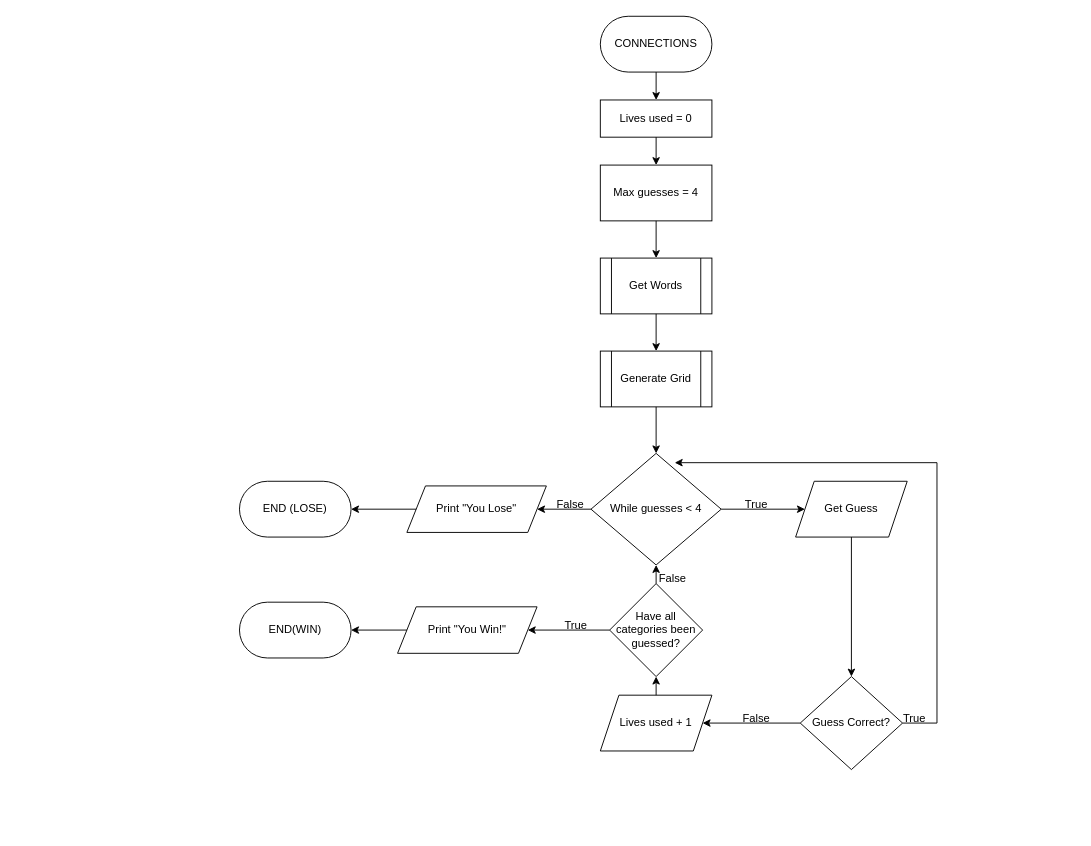
Earlier version of the draw.io diagram flowchart1.drawio (theycallmecooper/Assessment-Connections). Source tidied: cells renumbered, new cells numbered last; positions are measured from the earlier drawing's top-left corner, leaving out a move shared by most shapes. Both pictures are drawn from the tidied source at 93%, with x=0, y=0 at pixel (239, 16).
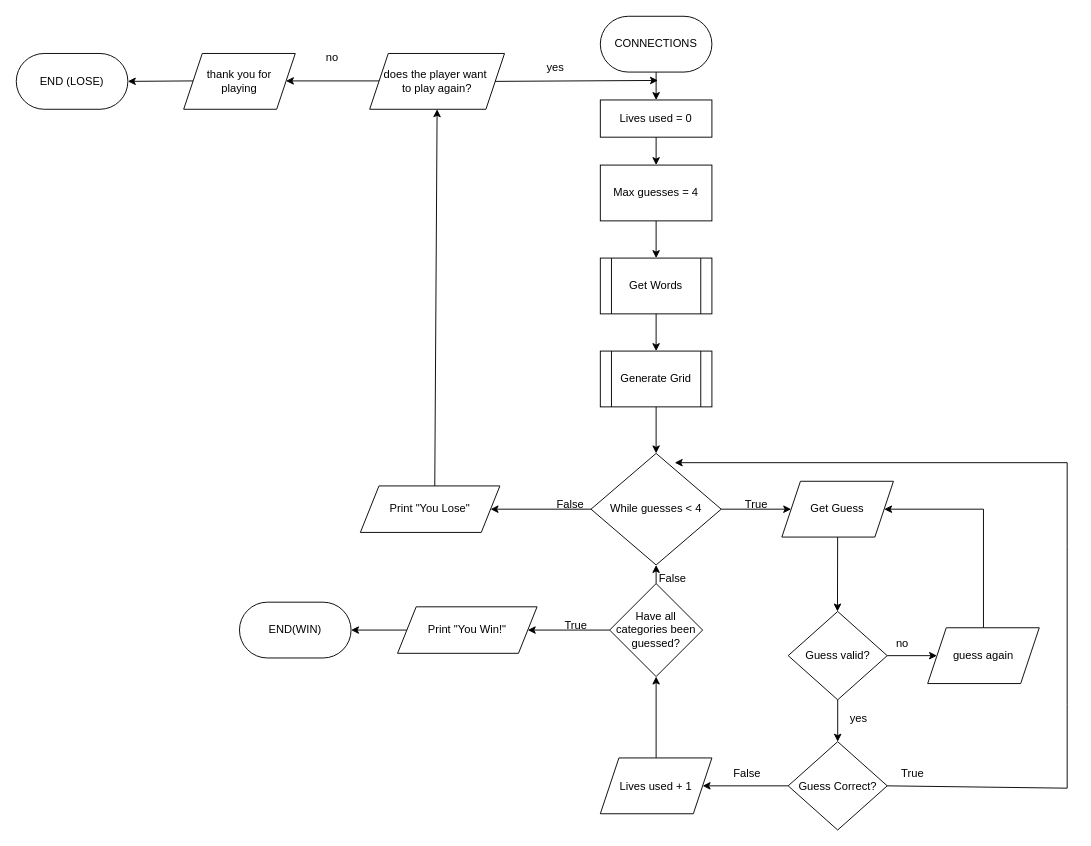
Above is the later version.

The change refers to these unchanged cells:
```xml
<mxCell id="7" value="While guesses &amp;lt; 4" style="rhombus;whiteSpace=wrap;html=1;" parent="1" vertex="1">
  <mxGeometry x="378" y="470" width="140" height="120" as="geometry" />
</mxCell>
```

The edit, as a diff of the source:
```diff
@@
     <mxCell id="8" value="Get Guess" style="shape=parallelogram;perimeter=parallelogramPerimeter;whiteSpace=wrap;html=1;fixedSize=1;" parent="1" vertex="1">
-      <mxGeometry x="598" y="500" width="120" height="60" as="geometry" />
+      <mxGeometry x="583.2" y="500" width="120" height="60" as="geometry" />
     </mxCell>
     <mxCell id="9" value="Guess Correct?" style="rhombus;whiteSpace=wrap;html=1;" parent="1" vertex="1">
-      <mxGeometry x="603" y="710" width="110" height="100" as="geometry" />
+      <mxGeometry x="590" y="780" width="106.5" height="95" as="geometry" />
     </mxCell>
-    <mxCell id="10" style="endArrow=classic;html=1;rounded=0;exitX=0.5;exitY=1;exitDx=0;exitDy=0;entryX=0.5;entryY=0;entryDx=0;entryDy=0;" parent="1" edge="1" source="8">
+    <mxCell id="10" style="endArrow=classic;html=1;rounded=0;exitX=0.5;exitY=1;exitDx=0;exitDy=0;" parent="1" edge="1" source="8">
       <mxGeometry relative="1" as="geometry">
-        <mxPoint x="658" y="710" as="targetPoint" />
+        <mxPoint x="643" y="640" as="targetPoint" />
       </mxGeometry>
     </mxCell>
     <mxCell id="11" value="Lives used + 1" style="shape=parallelogram;perimeter=parallelogramPerimeter;whiteSpace=wrap;html=1;fixedSize=1;" parent="1" vertex="1">
-      <mxGeometry x="388" y="730" width="120" height="60" as="geometry" />
+      <mxGeometry x="388" y="797.5" width="120" height="60" as="geometry" />
     </mxCell>
-    <mxCell id="12" style="endArrow=classic;html=1;rounded=0;exitX=0;exitY=0.5;exitDx=0;exitDy=0;entryX=1;entryY=0.5;entryDx=0;entryDy=0;" parent="1" edge="1" target="11">
-      <mxGeometry relative="1" as="geometry">
-        <mxPoint x="603" y="760" as="sourcePoint" />
-      </mxGeometry>
+    <mxCell id="12" style="endArrow=classic;html=1;rounded=0;exitX=0;exitY=0.5;exitDx=0;exitDy=0;entryX=1;entryY=0.5;entryDx=0;entryDy=0;" parent="1" edge="1" source="9" target="11">
+      <mxGeometry relative="1" as="geometry" />
     </mxCell>
@@
-    <mxCell id="19" style="endArrow=classic;html=1;rounded=0;exitX=1;exitY=0.5;exitDx=0;exitDy=0;" parent="1" edge="1">
+    <mxCell id="19" style="endArrow=classic;html=1;rounded=0;exitX=1;exitY=0.5;exitDx=0;exitDy=0;" parent="1" edge="1" source="9">
       <mxGeometry relative="1" as="geometry">
-        <mxPoint x="713" y="760" as="sourcePoint" />
         <mxPoint x="468" y="480" as="targetPoint" />
         <Array as="points">
-          <mxPoint x="750" y="760" />
-          <mxPoint x="750" y="480" />
+          <mxPoint x="890" y="830" />
+          <mxPoint x="890" y="740" />
+          <mxPoint x="890" y="570" />
+          <mxPoint x="890" y="480" />
         </Array>
       </mxGeometry>
     </mxCell>
-    <mxCell id="20" style="endArrow=classic;html=1;rounded=0;exitX=0;exitY=0.5;exitDx=0;exitDy=0;" parent="1" edge="1" source="7">
-      <mxGeometry relative="1" as="geometry">
-        <mxPoint x="320" y="530" as="targetPoint" />
-      </mxGeometry>
+    <mxCell id="20" style="endArrow=classic;html=1;rounded=0;exitX=0;exitY=0.5;exitDx=0;exitDy=0;entryX=1;entryY=0.5;entryDx=0;entryDy=0;" parent="1" edge="1" source="7" target="26">
+      <mxGeometry relative="1" as="geometry" />
     </mxCell>
     <mxCell id="21" value="END (LOSE)" style="rounded=1;whiteSpace=wrap;html=1;arcSize=50;" parent="1" vertex="1">
-      <mxGeometry y="500" width="120" height="60" as="geometry" />
+      <mxGeometry x="-240" y="40" width="120" height="60" as="geometry" />
     </mxCell>
@@
     <mxCell id="26" value="Print &quot;You Lose&quot;" style="shape=parallelogram;perimeter=parallelogramPerimeter;whiteSpace=wrap;html=1;fixedSize=1;" parent="1" vertex="1">
-      <mxGeometry x="180" y="505" width="150" height="50" as="geometry" />
+      <mxGeometry x="130" y="505" width="150" height="50" as="geometry" />
     </mxCell>
-    <mxCell id="27" style="endArrow=classic;html=1;rounded=0;exitX=0;exitY=0.5;exitDx=0;exitDy=0;entryX=1;entryY=0.5;entryDx=0;entryDy=0;" parent="1" edge="1" source="26" target="21">
-      <mxGeometry relative="1" as="geometry" />
-    </mxCell>
@@
     <mxCell id="35" value="True" style="text;html=1;align=center;verticalAlign=middle;whiteSpace=wrap;rounded=0;" parent="1" vertex="1">
-      <mxGeometry x="710" y="750" width="32" height="10" as="geometry" />
+      <mxGeometry x="708" y="810" width="32" height="10" as="geometry" />
     </mxCell>
     <mxCell id="36" value="False" style="text;html=1;align=center;verticalAlign=middle;whiteSpace=wrap;rounded=0;" parent="1" vertex="1">
-      <mxGeometry x="540" y="750" width="32" height="10" as="geometry" />
+      <mxGeometry x="530" y="810" width="32" height="10" as="geometry" />
     </mxCell>
+    <mxCell id="37" style="endArrow=classic;html=1;rounded=0;exitX=0;exitY=0.5;exitDx=0;exitDy=0;entryX=1;entryY=0.5;entryDx=0;entryDy=0;" parent="1" edge="1">
+      <mxGeometry relative="1" as="geometry">
+        <mxPoint x="170" y="69.5" as="sourcePoint" />
+        <mxPoint x="50" y="69.5" as="targetPoint" />
+      </mxGeometry>
+    </mxCell>
+    <mxCell id="38" style="endArrow=classic;html=1;rounded=0;exitX=0;exitY=0.5;exitDx=0;exitDy=0;entryX=0.5;entryY=1;entryDx=0;entryDy=0;" parent="1" edge="1" target="39">
+      <mxGeometry relative="1" as="geometry">
+        <mxPoint x="210" y="505" as="sourcePoint" />
+      </mxGeometry>
+    </mxCell>
+    <mxCell id="39" value="does the player want&amp;nbsp;&lt;div&gt;to play again?&lt;/div&gt;" style="shape=parallelogram;perimeter=parallelogramPerimeter;whiteSpace=wrap;html=1;fixedSize=1;" parent="1" vertex="1">
+      <mxGeometry x="140" y="40" width="145" height="60" as="geometry" />
+    </mxCell>
+    <mxCell id="40" value="thank you for&lt;div&gt;playing&lt;/div&gt;" style="shape=parallelogram;perimeter=parallelogramPerimeter;whiteSpace=wrap;html=1;fixedSize=1;" parent="1" vertex="1">
+      <mxGeometry x="-60" y="40" width="120" height="60" as="geometry" />
+    </mxCell>
+    <mxCell id="41" style="endArrow=classic;html=1;rounded=0;exitX=0;exitY=0.5;exitDx=0;exitDy=0;" parent="1" edge="1">
+      <mxGeometry relative="1" as="geometry">
+        <mxPoint x="-50" y="69.5" as="sourcePoint" />
+        <mxPoint x="-120" y="70" as="targetPoint" />
+      </mxGeometry>
+    </mxCell>
+    <mxCell id="42" style="endArrow=classic;html=1;rounded=0;exitX=1;exitY=0.5;exitDx=0;exitDy=0;" parent="1" edge="1" source="39">
+      <mxGeometry relative="1" as="geometry">
+        <mxPoint x="450" y="69" as="targetPoint" />
+      </mxGeometry>
+    </mxCell>
+    <mxCell id="43" value="yes" style="text;html=1;align=center;verticalAlign=middle;whiteSpace=wrap;rounded=0;" parent="1" vertex="1">
+      <mxGeometry x="310" y="40" width="60" height="30" as="geometry" />
+    </mxCell>
+    <mxCell id="44" value="no" style="text;html=1;align=center;verticalAlign=middle;whiteSpace=wrap;rounded=0;" parent="1" vertex="1">
+      <mxGeometry x="70" y="30" width="60" height="30" as="geometry" />
+    </mxCell>
+    <mxCell id="45" style="edgeStyle=orthogonalEdgeStyle;rounded=0;jettySize=auto;html=1;" parent="1" edge="1" source="46" target="49">
+      <mxGeometry relative="1" as="geometry" />
+    </mxCell>
+    <mxCell id="46" value="Guess valid?" style="rhombus;whiteSpace=wrap;html=1;" parent="1" vertex="1">
+      <mxGeometry x="590" y="640" width="106.5" height="95" as="geometry" />
+    </mxCell>
+    <mxCell id="47" style="edgeStyle=orthogonalEdgeStyle;rounded=0;jettySize=auto;html=1;exitX=0.5;exitY=1;exitDx=0;exitDy=0;entryX=0.5;entryY=0;entryDx=0;entryDy=0;" parent="1" edge="1" source="46" target="9">
+      <mxGeometry relative="1" as="geometry" />
+    </mxCell>
+    <mxCell id="48" style="edgeStyle=orthogonalEdgeStyle;rounded=0;jettySize=auto;html=1;exitX=0.5;exitY=0;exitDx=0;exitDy=0;entryX=1;entryY=0.5;entryDx=0;entryDy=0;" parent="1" edge="1" source="49" target="8">
+      <mxGeometry relative="1" as="geometry">
+        <Array as="points">
+          <mxPoint x="800" y="530" />
+        </Array>
+      </mxGeometry>
+    </mxCell>
+    <mxCell id="49" value="guess again" style="shape=parallelogram;perimeter=parallelogramPerimeter;whiteSpace=wrap;html=1;fixedSize=1;" parent="1" vertex="1">
+      <mxGeometry x="740" y="657.5" width="120" height="60" as="geometry" />
+    </mxCell>
+    <mxCell id="50" value="no" style="text;html=1;align=center;verticalAlign=middle;whiteSpace=wrap;rounded=0;" parent="1" vertex="1">
+      <mxGeometry x="696.5" y="670" width="32" height="10" as="geometry" />
+    </mxCell>
+    <mxCell id="51" value="yes" style="text;html=1;align=center;verticalAlign=middle;whiteSpace=wrap;rounded=0;" parent="1" vertex="1">
+      <mxGeometry x="650" y="750" width="32" height="10" as="geometry" />
+    </mxCell>
```
